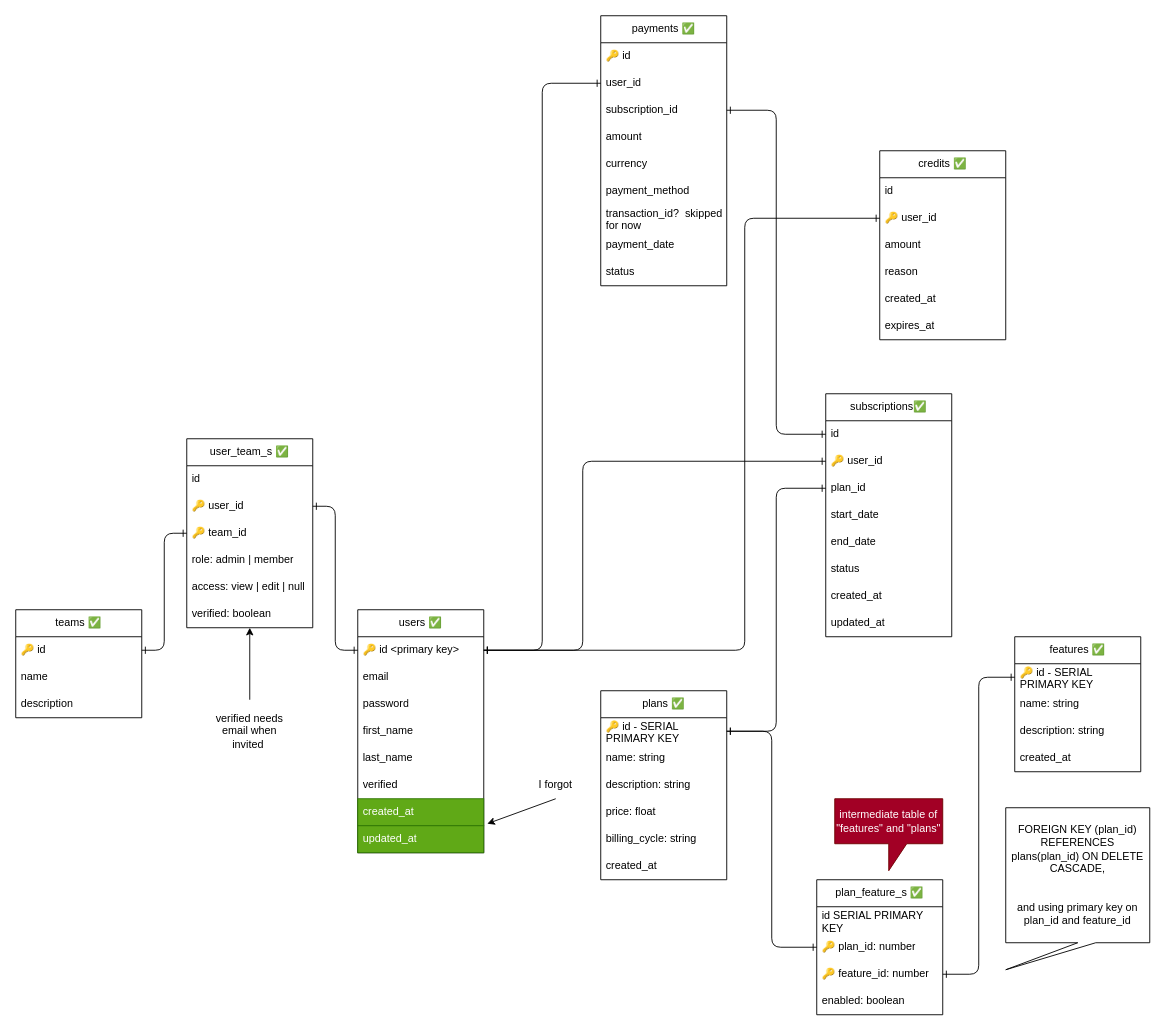
Before: page "database design" (1 of 6) of sketch.drawio in danirisdiandita/Startup-Monorepo-Template, a draw.io diagram. Source tidied: cells renumbered, new cells numbered last; positions are measured from the earlier drawing's top-left corner, leaving out a move shared by most shapes. Both pictures are drawn from the tidied source at 90%, with x=0, y=0 at pixel (15, 15).
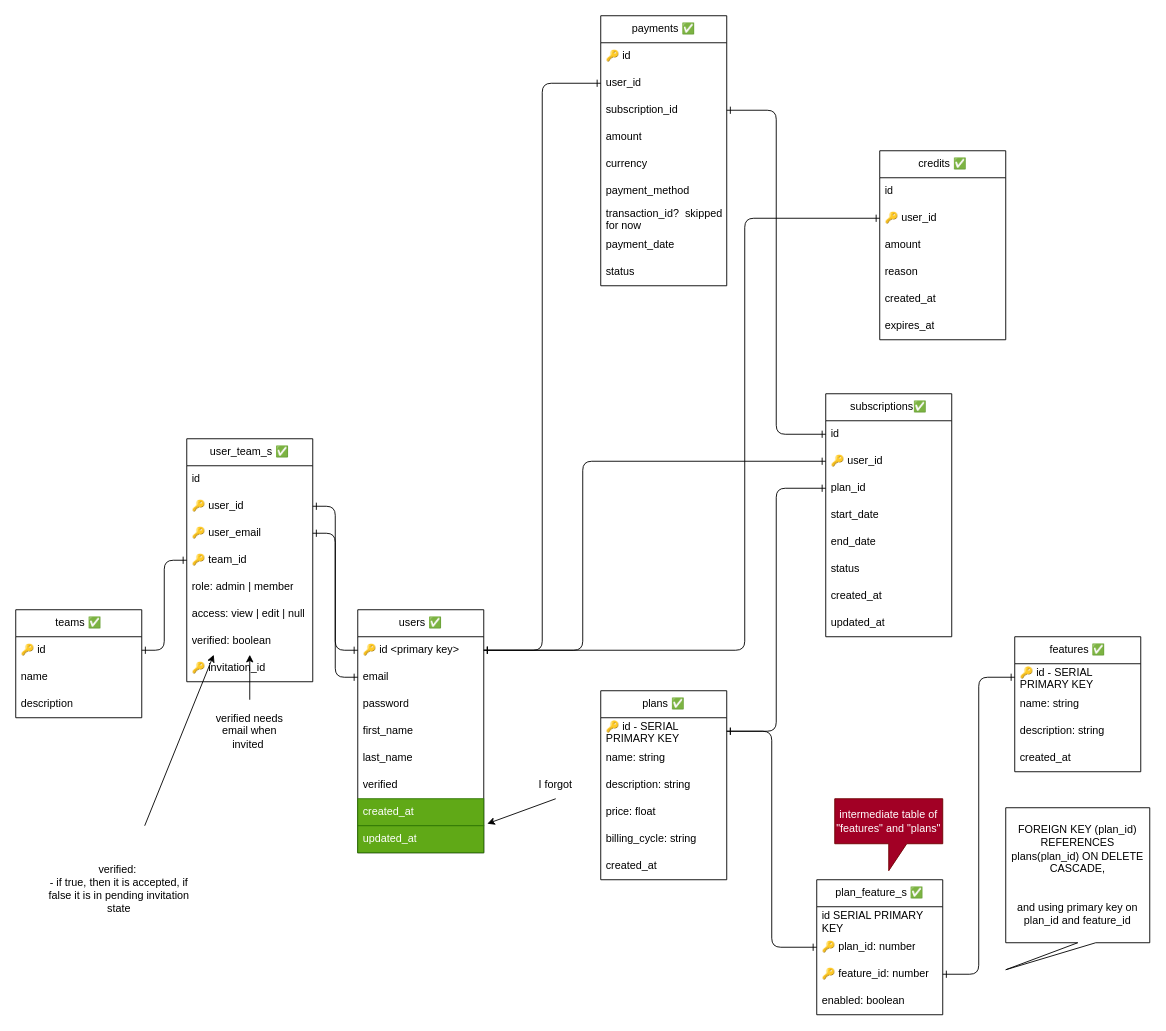
Above is the later version.

Commit message (it also covers changes not shown here):
ongoing invitation email

The change refers to these unchanged cells:
```xml
<mxCell id="4" value="email" style="text;strokeColor=none;fillColor=none;align=left;verticalAlign=middle;spacingLeft=4;spacingRight=4;overflow=hidden;points=[[0,0.5],[1,0.5]];portConstraint=eastwest;whiteSpace=wrap;html=1;" parent="2" vertex="1">
  <mxGeometry y="60" width="140" height="30" as="geometry" />
</mxCell>
```

Change to the diagram source:
```diff
@@
     <mxCell id="69" value="user_team_s ✅" style="swimlane;fontStyle=0;horizontal=1;startSize=30;whiteSpace=wrap;html=1;" parent="1" vertex="1">
-      <mxGeometry x="190" y="470" width="140" height="210" as="geometry" />
+      <mxGeometry x="190" y="470" width="140" height="270" as="geometry" />
     </mxCell>
@@
+    <mxCell id="80" value="🔑 user_email" style="text;strokeColor=none;fillColor=none;align=left;verticalAlign=middle;spacingLeft=4;spacingRight=4;overflow=hidden;points=[[0,0.5],[1,0.5]];portConstraint=eastwest;whiteSpace=wrap;html=1;" parent="69" vertex="1">
+      <mxGeometry y="90" width="140" height="30" as="geometry" />
+    </mxCell>
     <mxCell id="72" value="🔑 team_id" style="text;strokeColor=none;fillColor=none;align=left;verticalAlign=middle;spacingLeft=4;spacingRight=4;overflow=hidden;points=[[0,0.5],[1,0.5]];portConstraint=eastwest;whiteSpace=wrap;html=1;" parent="69" vertex="1">
-      <mxGeometry y="90" width="140" height="30" as="geometry" />
+      <mxGeometry y="120" width="140" height="30" as="geometry" />
     </mxCell>
     <mxCell id="73" value="role: admin | member" style="text;strokeColor=none;fillColor=none;align=left;verticalAlign=middle;spacingLeft=4;spacingRight=4;overflow=hidden;whiteSpace=wrap;html=1;" parent="69" vertex="1">
-      <mxGeometry y="120" width="140" height="30" as="geometry" />
+      <mxGeometry y="150" width="140" height="30" as="geometry" />
     </mxCell>
     <mxCell id="74" value="access: view | edit | null" style="text;strokeColor=none;fillColor=none;align=left;verticalAlign=middle;spacingLeft=4;spacingRight=4;overflow=hidden;whiteSpace=wrap;html=1;" parent="69" vertex="1">
-      <mxGeometry y="150" width="140" height="30" as="geometry" />
+      <mxGeometry y="180" width="140" height="30" as="geometry" />
     </mxCell>
     <mxCell id="75" value="verified: boolean" style="text;strokeColor=none;fillColor=none;align=left;verticalAlign=middle;spacingLeft=4;spacingRight=4;overflow=hidden;points=[[0,0.5],[1,0.5]];portConstraint=eastwest;whiteSpace=wrap;html=1;" parent="69" vertex="1">
-      <mxGeometry y="180" width="140" height="30" as="geometry" />
+      <mxGeometry y="210" width="140" height="30" as="geometry" />
     </mxCell>
+    <mxCell id="81" value="🔑 invitation_id" style="text;strokeColor=none;fillColor=none;align=left;verticalAlign=middle;spacingLeft=4;spacingRight=4;overflow=hidden;whiteSpace=wrap;html=1;" parent="69" vertex="1">
+      <mxGeometry y="240" width="140" height="30" as="geometry" />
+    </mxCell>
@@
+    <mxCell id="82" style="edgeStyle=orthogonalEdgeStyle;rounded=1;jettySize=auto;html=1;exitX=1;exitY=0.5;exitDx=0;exitDy=0;entryX=0;entryY=0.5;entryDx=0;entryDy=0;startArrow=ERone;startFill=0;endArrow=ERone;endFill=0;" parent="1" edge="1" source="80" target="4">
+      <mxGeometry relative="1" as="geometry" />
+    </mxCell>
+    <mxCell id="83" style="endArrow=classic;html=1;rounded=0;" parent="1" edge="1" source="84">
+      <mxGeometry relative="1" as="geometry">
+        <mxPoint x="220" y="710" as="targetPoint" />
+      </mxGeometry>
+    </mxCell>
+    <mxCell id="84" value="verified:&amp;nbsp;&lt;br&gt;- if true, then it is accepted, if false it is in pending invitation state" style="text;html=1;strokeColor=none;fillColor=none;align=center;verticalAlign=middle;whiteSpace=wrap;rounded=0;" parent="1" vertex="1">
+      <mxGeometry x="30" y="900" width="170" height="140" as="geometry" />
+    </mxCell>
```
